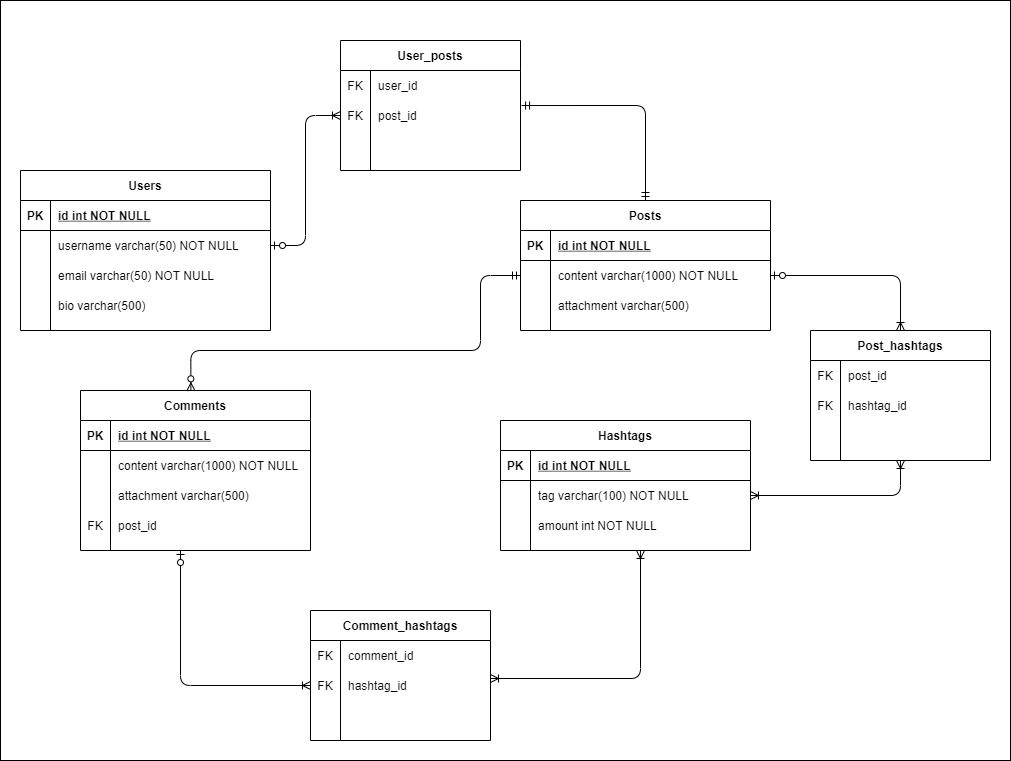
Earlier version of the draw.io export social media.png (nardiyansah/Generasi-GIGIH-Final-Project). Source tidied: cells renumbered, new cells last; positions are measured from the earlier drawing's top-left corner, leaving out a move shared by most shapes.
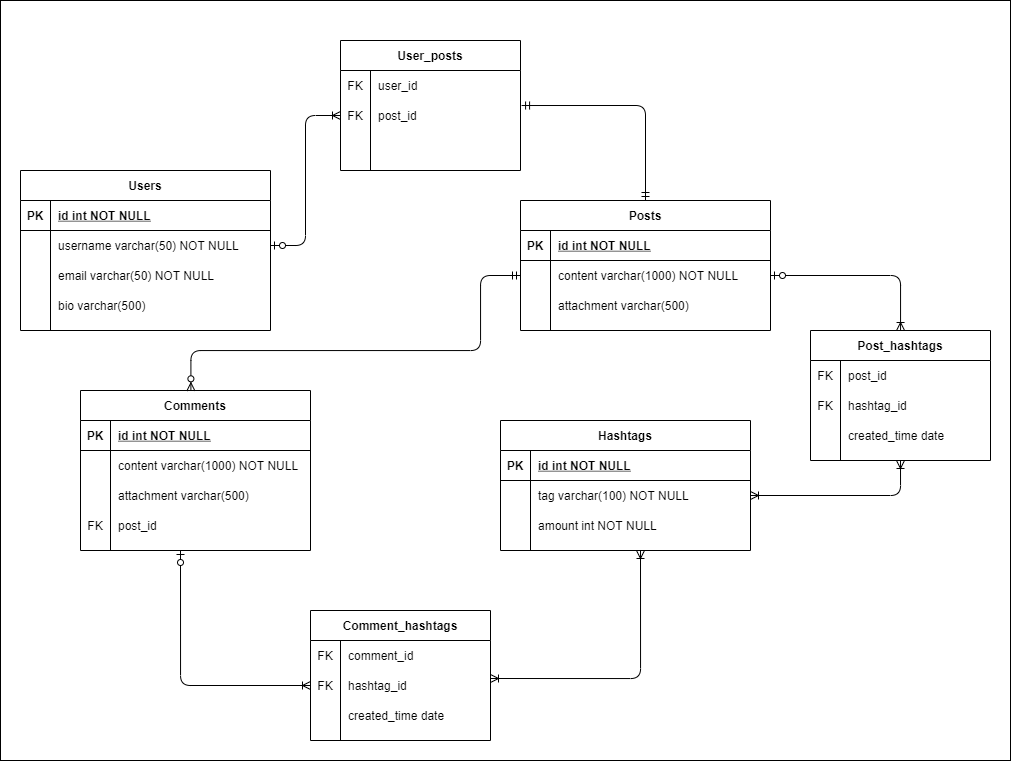
Later version of the same file.

Commit message:
[change] database schema

The edit, as a diff of the source:
```diff
@@ -161,7 +161,7 @@
     <mxCell id="54" style="shape=partialRectangle;fillColor=none;top=0;left=0;bottom=0;right=0;overflow=hidden;" parent="53" vertex="1">
       <mxGeometry width="30" height="30" as="geometry" />
     </mxCell>
-    <mxCell id="55" style="shape=partialRectangle;fillColor=none;top=0;left=0;bottom=0;right=0;align=left;spacingLeft=6;overflow=hidden;" parent="53" vertex="1">
+    <mxCell id="55" value="created_time date" style="shape=partialRectangle;fillColor=none;top=0;left=0;bottom=0;right=0;align=left;spacingLeft=6;overflow=hidden;" parent="53" vertex="1">
       <mxGeometry x="30" width="150" height="30" as="geometry" />
     </mxCell>
     <mxCell id="56" style="edgeStyle=orthogonalEdgeStyle;fontSize=12;html=1;endArrow=ERmandOne;startArrow=ERmandOne;entryX=1.006;entryY=0.167;entryDx=0;entryDy=0;entryPerimeter=0;" parent="1" edge="1" source="3" target="40">
@@ -251,7 +251,7 @@
     <mxCell id="82" style="shape=partialRectangle;fillColor=none;top=0;left=0;bottom=0;right=0;overflow=hidden;" parent="81" vertex="1">
       <mxGeometry width="30" height="30" as="geometry" />
     </mxCell>
-    <mxCell id="83" style="shape=partialRectangle;fillColor=none;top=0;left=0;bottom=0;right=0;align=left;spacingLeft=6;overflow=hidden;" parent="81" vertex="1">
+    <mxCell id="83" value="created_time date" style="shape=partialRectangle;fillColor=none;top=0;left=0;bottom=0;right=0;align=left;spacingLeft=6;overflow=hidden;" parent="81" vertex="1">
       <mxGeometry x="30" width="150" height="30" as="geometry" />
     </mxCell>
     <mxCell id="84" style="edgeStyle=orthogonalEdgeStyle;fontSize=12;html=1;endArrow=ERoneToMany;startArrow=ERoneToMany;exitX=1;exitY=0.5;exitDx=0;exitDy=0;" parent="1" edge="1">
```
